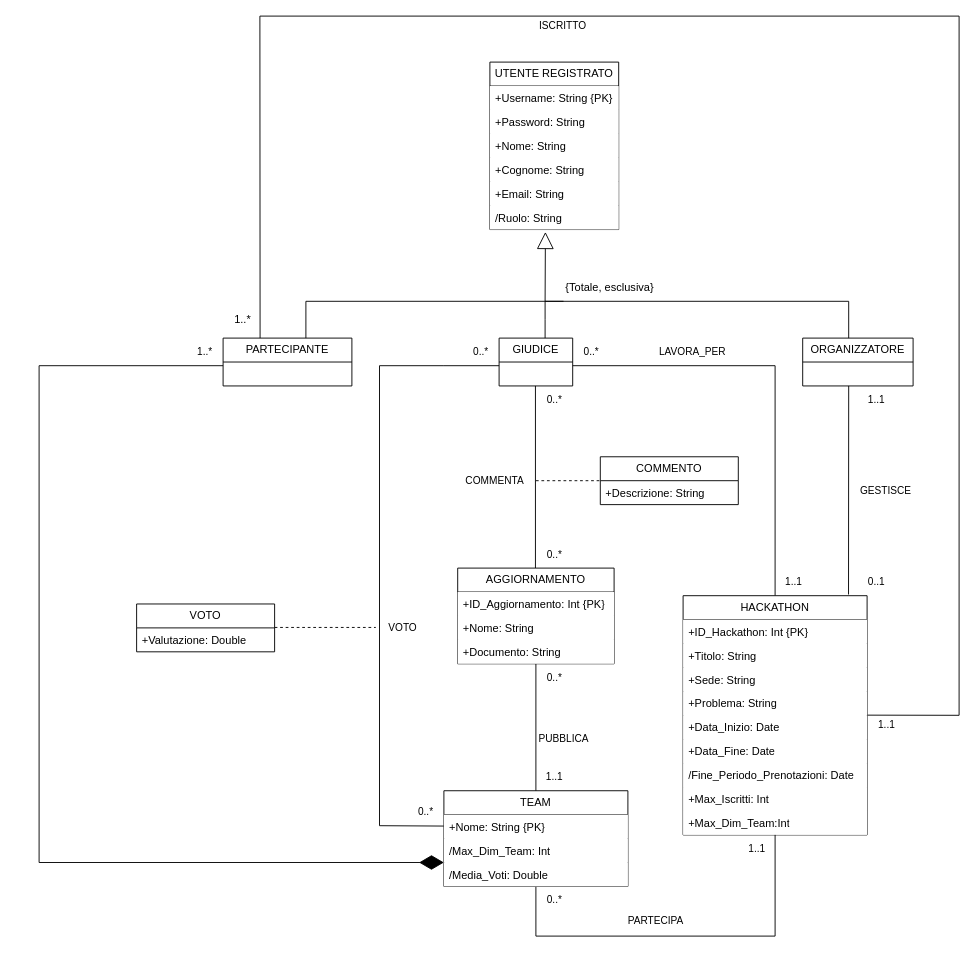
The draw.io diagram Diagramma UML Hackathon.drawio in galetizia/Progetto-DB, before the edit. Source tidied: cells renumbered, new cells numbered last; positions are measured from the earlier drawing's top-left corner, leaving out a move shared by most shapes. Both pictures are drawn from the tidied source at 92%, with x=0, y=0 at pixel (39, 16).
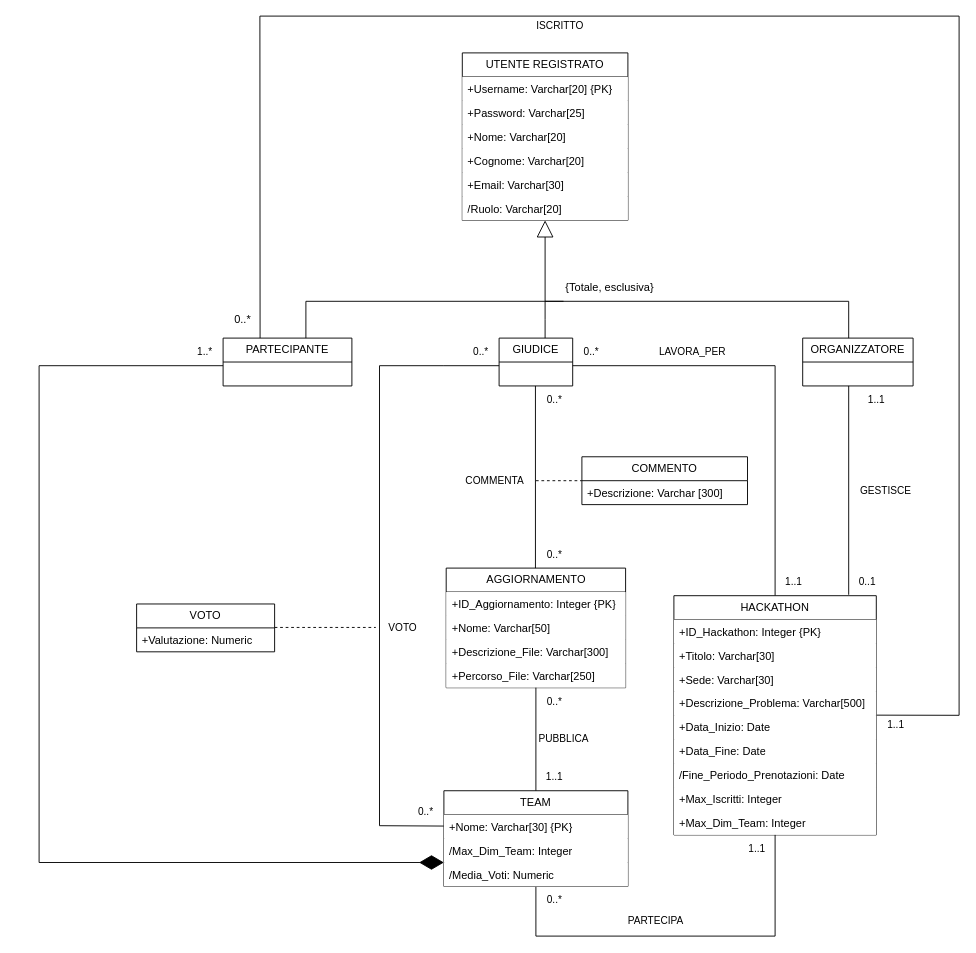
After the change.

Commit message (it also covers changes not shown here):
Aggiornato Diagramma NON Ristrutturato

Unchanged cells that the change refers to:
```xml
<mxCell id="20" value="TEAM" style="swimlane;fontStyle=0;horizontal=1;startSize=26;fillColor=default;whiteSpace=wrap;html=1;" parent="1" vertex="1">
  <mxGeometry x="440" y="842" width="200" height="104" as="geometry" />
</mxCell>
<mxCell id="30" value="VOTO" style="swimlane;fontStyle=0;horizontal=1;startSize=26;fillColor=none;whiteSpace=wrap;html=1;" parent="1" vertex="1">
  <mxGeometry x="106" y="639" width="150" height="52" as="geometry" />
</mxCell>
<mxCell id="62" style="endArrow=none;html=1;rounded=0;exitX=0.073;exitY=-0.032;exitDx=0;exitDy=0;exitPerimeter=0;entryX=1.002;entryY=-0.006;entryDx=0;entryDy=0;entryPerimeter=0;" parent="1" edge="1" target="14">
  <mxGeometry relative="1" as="geometry">
    <mxPoint x="240.2" y="350" as="sourcePoint" />
    <Array as="points">
      <mxPoint x="240" />
      <mxPoint x="1000" />
      <mxPoint x="1000" y="760" />
    </Array>
  </mxGeometry>
</mxCell>
```

Diff of the diagram source:
```diff
@@
-    <mxCell id="8" style="edgeStyle=none;shape=connector;rounded=0;jettySize=auto;html=1;exitX=0.899;exitY=-0.005;exitDx=0;exitDy=0;strokeColor=default;align=center;verticalAlign=middle;fontFamily=Helvetica;fontSize=11;fontColor=default;labelBackgroundColor=default;endArrow=none;exitPerimeter=0;" parent="1" edge="1" source="9">
+    <mxCell id="8" style="edgeStyle=none;shape=connector;rounded=0;orthogonalLoop=1;jettySize=auto;html=1;strokeColor=default;align=center;verticalAlign=middle;fontFamily=Helvetica;fontSize=11;fontColor=default;labelBackgroundColor=default;endArrow=none;" parent="1" edge="1">
       <mxGeometry relative="1" as="geometry">
+        <mxPoint x="880" y="629" as="sourcePoint" />
         <mxPoint x="880" y="402" as="targetPoint" />
       </mxGeometry>
     </mxCell>
     <mxCell id="9" value="HACKATHON" style="swimlane;fontStyle=0;horizontal=1;startSize=26;fillColor=default;whiteSpace=wrap;html=1;" parent="1" vertex="1">
-      <mxGeometry x="700" y="630" width="200" height="260" as="geometry" />
+      <mxGeometry x="690" y="630" width="220" height="260" as="geometry" />
     </mxCell>
-    <mxCell id="10" value="+ID_Hackathon: Int {PK}" style="text;strokeColor=none;fillColor=default;align=left;verticalAlign=top;spacingLeft=4;spacingRight=4;overflow=hidden;whiteSpace=wrap;html=1;" parent="9" vertex="1">
-      <mxGeometry y="26" width="200" height="26" as="geometry" />
+    <mxCell id="10" value="+ID_Hackathon: Integer {PK}" style="text;strokeColor=none;fillColor=default;align=left;verticalAlign=top;spacingLeft=4;spacingRight=4;overflow=hidden;whiteSpace=wrap;html=1;" parent="9" vertex="1">
+      <mxGeometry y="26" width="220" height="26" as="geometry" />
     </mxCell>
-    <mxCell id="11" value="+Titolo: String" style="text;strokeColor=none;fillColor=default;align=left;verticalAlign=top;spacingLeft=4;spacingRight=4;overflow=hidden;whiteSpace=wrap;html=1;" parent="9" vertex="1">
-      <mxGeometry y="52" width="200" height="26" as="geometry" />
+    <mxCell id="11" value="+Titolo: Varchar[30]" style="text;strokeColor=none;fillColor=default;align=left;verticalAlign=top;spacingLeft=4;spacingRight=4;overflow=hidden;whiteSpace=wrap;html=1;" parent="9" vertex="1">
+      <mxGeometry y="52" width="220" height="26" as="geometry" />
     </mxCell>
-    <mxCell id="12" value="+Sede: String" style="text;strokeColor=none;fillColor=default;align=left;verticalAlign=top;spacingLeft=4;spacingRight=4;overflow=hidden;whiteSpace=wrap;html=1;" parent="9" vertex="1">
-      <mxGeometry y="78" width="200" height="26" as="geometry" />
+    <mxCell id="12" value="+Sede: Varchar[30]" style="text;strokeColor=none;fillColor=default;align=left;verticalAlign=top;spacingLeft=4;spacingRight=4;overflow=hidden;whiteSpace=wrap;html=1;" parent="9" vertex="1">
+      <mxGeometry y="78" width="220" height="26" as="geometry" />
     </mxCell>
-    <mxCell id="13" value="+Problema: String" style="text;strokeColor=none;fillColor=default;align=left;verticalAlign=top;spacingLeft=4;spacingRight=4;overflow=hidden;whiteSpace=wrap;html=1;" parent="9" vertex="1">
-      <mxGeometry y="104" width="200" height="26" as="geometry" />
+    <mxCell id="13" value="+Descrizione_Problema: Varchar[500]" style="text;strokeColor=none;fillColor=default;align=left;verticalAlign=top;spacingLeft=4;spacingRight=4;overflow=hidden;whiteSpace=wrap;html=1;" parent="9" vertex="1">
+      <mxGeometry y="104" width="220" height="26" as="geometry" />
     </mxCell>
     <mxCell id="14" value="+Data_Inizio: Date" style="text;strokeColor=none;fillColor=default;align=left;verticalAlign=top;spacingLeft=4;spacingRight=4;overflow=hidden;points=[[0,0.5],[1,0.5]];portConstraint=eastwest;whiteSpace=wrap;html=1;" parent="9" vertex="1">
-      <mxGeometry y="130" width="200" height="26" as="geometry" />
+      <mxGeometry y="130" width="220" height="26" as="geometry" />
     </mxCell>
     <mxCell id="15" value="+Data_Fine: Date" style="text;strokeColor=none;fillColor=default;align=left;verticalAlign=top;spacingLeft=4;spacingRight=4;overflow=hidden;whiteSpace=wrap;html=1;" parent="9" vertex="1">
-      <mxGeometry y="156" width="200" height="26" as="geometry" />
+      <mxGeometry y="156" width="220" height="26" as="geometry" />
     </mxCell>
     <mxCell id="16" value="/Fine_Periodo_Prenotazioni: Date" style="text;strokeColor=none;fillColor=default;align=left;verticalAlign=top;spacingLeft=4;spacingRight=4;overflow=hidden;whiteSpace=wrap;html=1;" parent="9" vertex="1">
-      <mxGeometry y="182" width="200" height="26" as="geometry" />
+      <mxGeometry y="182" width="220" height="26" as="geometry" />
     </mxCell>
-    <mxCell id="17" value="+Max_Iscritti: Int" style="text;strokeColor=none;fillColor=default;align=left;verticalAlign=top;spacingLeft=4;spacingRight=4;overflow=hidden;whiteSpace=wrap;html=1;" parent="9" vertex="1">
-      <mxGeometry y="208" width="200" height="26" as="geometry" />
+    <mxCell id="17" value="+Max_Iscritti: Integer" style="text;strokeColor=none;fillColor=default;align=left;verticalAlign=top;spacingLeft=4;spacingRight=4;overflow=hidden;whiteSpace=wrap;html=1;" parent="9" vertex="1">
+      <mxGeometry y="208" width="220" height="26" as="geometry" />
     </mxCell>
-    <mxCell id="18" value="+Max_Dim_Team:Int" style="text;strokeColor=none;fillColor=default;align=left;verticalAlign=top;spacingLeft=4;spacingRight=4;overflow=hidden;whiteSpace=wrap;html=1;" parent="9" vertex="1">
-      <mxGeometry y="234" width="200" height="26" as="geometry" />
+    <mxCell id="18" value="+Max_Dim_Team: Integer" style="text;strokeColor=none;fillColor=default;align=left;verticalAlign=top;spacingLeft=4;spacingRight=4;overflow=hidden;whiteSpace=wrap;html=1;" parent="9" vertex="1">
+      <mxGeometry y="234" width="220" height="26" as="geometry" />
     </mxCell>
@@
-    <mxCell id="21" value="+Nome: String {PK}" style="text;strokeColor=none;fillColor=default;align=left;verticalAlign=top;spacingLeft=4;spacingRight=4;overflow=hidden;points=[[0,0.5],[1,0.5]];portConstraint=eastwest;whiteSpace=wrap;html=1;" parent="20" vertex="1">
+    <mxCell id="21" value="+Nome: Varchar[30] {PK}" style="text;strokeColor=none;fillColor=default;align=left;verticalAlign=top;spacingLeft=4;spacingRight=4;overflow=hidden;points=[[0,0.5],[1,0.5]];portConstraint=eastwest;whiteSpace=wrap;html=1;" parent="20" vertex="1">
       <mxGeometry y="26" width="200" height="26" as="geometry" />
     </mxCell>
-    <mxCell id="22" value="/Max_Dim_Team: Int" style="text;strokeColor=none;fillColor=default;align=left;verticalAlign=top;spacingLeft=4;spacingRight=4;overflow=hidden;whiteSpace=wrap;html=1;" parent="20" vertex="1">
+    <mxCell id="22" value="/Max_Dim_Team: Integer" style="text;strokeColor=none;fillColor=default;align=left;verticalAlign=top;spacingLeft=4;spacingRight=4;overflow=hidden;whiteSpace=wrap;html=1;" parent="20" vertex="1">
       <mxGeometry y="52" width="200" height="26" as="geometry" />
     </mxCell>
-    <mxCell id="23" value="/Media_Voti: Double&amp;nbsp;" style="text;strokeColor=none;fillColor=default;align=left;verticalAlign=top;spacingLeft=4;spacingRight=4;overflow=hidden;points=[[0,0.5],[1,0.5]];portConstraint=eastwest;whiteSpace=wrap;html=1;" parent="20" vertex="1">
+    <mxCell id="23" value="/Media_Voti: Numeric&amp;nbsp;" style="text;strokeColor=none;fillColor=default;align=left;verticalAlign=top;spacingLeft=4;spacingRight=4;overflow=hidden;points=[[0,0.5],[1,0.5]];portConstraint=eastwest;whiteSpace=wrap;html=1;" parent="20" vertex="1">
       <mxGeometry y="78" width="200" height="26" as="geometry" />
     </mxCell>
-    <mxCell id="24" style="edgeStyle=none;shape=connector;rounded=0;jettySize=auto;html=1;exitX=0.5;exitY=1;exitDx=0;exitDy=0;entryX=0.5;entryY=0;entryDx=0;entryDy=0;strokeColor=default;align=center;verticalAlign=middle;fontFamily=Helvetica;fontSize=11;fontColor=default;labelBackgroundColor=default;endArrow=none;" parent="1" edge="1" source="26" target="20">
-      <mxGeometry relative="1" as="geometry" />
-    </mxCell>
-    <mxCell id="25" style="edgeStyle=none;shape=connector;rounded=0;orthogonalLoop=1;jettySize=auto;html=1;exitX=0.5;exitY=0;exitDx=0;exitDy=0;entryX=0.5;entryY=1;entryDx=0;entryDy=0;strokeColor=default;align=center;verticalAlign=middle;fontFamily=Helvetica;fontSize=11;fontColor=default;labelBackgroundColor=default;endArrow=none;" parent="1" edge="1">
-      <mxGeometry relative="1" as="geometry">
-        <mxPoint x="539.5" y="600" as="sourcePoint" />
-        <mxPoint x="539.5" y="402" as="targetPoint" />
-      </mxGeometry>
-    </mxCell>
     <mxCell id="26" value="AGGIORNAMENTO" style="swimlane;fontStyle=0;horizontal=1;startSize=26;fillColor=default;whiteSpace=wrap;html=1;" parent="1" vertex="1">
-      <mxGeometry x="455" y="600" width="170" height="104" as="geometry" />
+      <mxGeometry x="442.5" y="600" width="195" height="130" as="geometry" />
     </mxCell>
-    <mxCell id="27" value="+ID_Aggiornamento: Int {PK}" style="text;strokeColor=none;fillColor=default;align=left;verticalAlign=top;spacingLeft=4;spacingRight=4;overflow=hidden;whiteSpace=wrap;html=1;" parent="26" vertex="1">
-      <mxGeometry y="26" width="170" height="26" as="geometry" />
+    <mxCell id="27" value="+ID_Aggiornamento: Integer {PK}" style="text;strokeColor=none;fillColor=default;align=left;verticalAlign=top;spacingLeft=4;spacingRight=4;overflow=hidden;whiteSpace=wrap;html=1;" parent="26" vertex="1">
+      <mxGeometry y="26" width="195" height="26" as="geometry" />
     </mxCell>
-    <mxCell id="28" value="+Nome: String" style="text;strokeColor=none;fillColor=default;align=left;verticalAlign=top;spacingLeft=4;spacingRight=4;overflow=hidden;whiteSpace=wrap;html=1;" parent="26" vertex="1">
-      <mxGeometry y="52" width="170" height="26" as="geometry" />
+    <mxCell id="28" value="+Nome: Varchar[50]" style="text;strokeColor=none;fillColor=default;align=left;verticalAlign=top;spacingLeft=4;spacingRight=4;overflow=hidden;whiteSpace=wrap;html=1;" parent="26" vertex="1">
+      <mxGeometry y="52" width="195" height="26" as="geometry" />
     </mxCell>
-    <mxCell id="29" value="+Documento: String" style="text;strokeColor=none;fillColor=default;align=left;verticalAlign=top;spacingLeft=4;spacingRight=4;overflow=hidden;whiteSpace=wrap;html=1;" parent="26" vertex="1">
-      <mxGeometry y="78" width="170" height="26" as="geometry" />
+    <mxCell id="29" value="+Descrizione_File: Varchar[300]" style="text;strokeColor=none;fillColor=default;align=left;verticalAlign=top;spacingLeft=4;spacingRight=4;overflow=hidden;whiteSpace=wrap;html=1;" parent="26" vertex="1">
+      <mxGeometry y="78" width="195" height="26" as="geometry" />
     </mxCell>
+    <mxCell id="70" value="+Percorso_File: Varchar[250]" style="text;strokeColor=none;fillColor=default;align=left;verticalAlign=top;spacingLeft=4;spacingRight=4;overflow=hidden;whiteSpace=wrap;html=1;" parent="26" vertex="1">
+      <mxGeometry y="104" width="195" height="26" as="geometry" />
+    </mxCell>
+    <mxCell id="24" style="edgeStyle=none;shape=connector;rounded=0;jettySize=auto;html=1;exitX=0.5;exitY=1;exitDx=0;exitDy=0;entryX=0.5;entryY=0;entryDx=0;entryDy=0;strokeColor=default;align=center;verticalAlign=middle;fontFamily=Helvetica;fontSize=11;fontColor=default;labelBackgroundColor=default;endArrow=none;" parent="1" edge="1" source="26" target="20">
+      <mxGeometry relative="1" as="geometry" />
+    </mxCell>
+    <mxCell id="25" style="edgeStyle=none;shape=connector;rounded=0;orthogonalLoop=1;jettySize=auto;html=1;exitX=0.5;exitY=0;exitDx=0;exitDy=0;entryX=0.5;entryY=1;entryDx=0;entryDy=0;strokeColor=default;align=center;verticalAlign=middle;fontFamily=Helvetica;fontSize=11;fontColor=default;labelBackgroundColor=default;endArrow=none;" parent="1" edge="1">
+      <mxGeometry relative="1" as="geometry">
+        <mxPoint x="539.5" y="600" as="sourcePoint" />
+        <mxPoint x="539.5" y="402" as="targetPoint" />
+      </mxGeometry>
+    </mxCell>
@@
-    <mxCell id="31" value="+Valutazione: Double" style="text;strokeColor=none;fillColor=none;align=left;verticalAlign=top;spacingLeft=4;spacingRight=4;overflow=hidden;whiteSpace=wrap;html=1;" parent="30" vertex="1">
+    <mxCell id="31" value="+Valutazione: Numeric" style="text;strokeColor=none;fillColor=none;align=left;verticalAlign=top;spacingLeft=4;spacingRight=4;overflow=hidden;whiteSpace=wrap;html=1;" parent="30" vertex="1">
       <mxGeometry y="26" width="150" height="26" as="geometry" />
     </mxCell>
@@
     <mxCell id="39" value="0..*" style="text;html=1;align=center;verticalAlign=middle;strokeColor=none;fillColor=none;fontFamily=Helvetica;fontSize=11;fontColor=default;labelBackgroundColor=default;" parent="1" vertex="1">
-      <mxGeometry x="540" y="704" width="40" height="30" as="geometry" />
+      <mxGeometry x="540" y="730" width="40" height="30" as="geometry" />
     </mxCell>
@@
     <mxCell id="48" value="0..1" style="text;html=1;align=center;verticalAlign=middle;strokeColor=none;fillColor=none;fontFamily=Helvetica;fontSize=11;fontColor=default;labelBackgroundColor=default;" parent="1" vertex="1">
-      <mxGeometry x="890" y="600" width="40" height="30" as="geometry" />
+      <mxGeometry x="880" y="600" width="40" height="30" as="geometry" />
     </mxCell>
@@
     <mxCell id="51" value="UTENTE REGISTRATO" style="swimlane;fontStyle=0;horizontal=1;startSize=26;fillColor=default;whiteSpace=wrap;html=1;" parent="1" vertex="1">
-      <mxGeometry x="490" y="50" width="140" height="182" as="geometry" />
+      <mxGeometry x="460" y="40" width="180" height="182" as="geometry" />
     </mxCell>
-    <mxCell id="52" value="+Username: String {PK}" style="text;strokeColor=none;fillColor=default;align=left;verticalAlign=top;spacingLeft=4;spacingRight=4;overflow=hidden;whiteSpace=wrap;html=1;" parent="51" vertex="1">
-      <mxGeometry y="26" width="140" height="26" as="geometry" />
+    <mxCell id="52" value="+Username: Varchar[20] {PK}" style="text;strokeColor=none;fillColor=default;align=left;verticalAlign=top;spacingLeft=4;spacingRight=4;overflow=hidden;whiteSpace=wrap;html=1;" parent="51" vertex="1">
+      <mxGeometry y="26" width="180" height="26" as="geometry" />
     </mxCell>
-    <mxCell id="53" value="+Password: String" style="text;strokeColor=none;fillColor=default;align=left;verticalAlign=top;spacingLeft=4;spacingRight=4;overflow=hidden;whiteSpace=wrap;html=1;" parent="51" vertex="1">
-      <mxGeometry y="52" width="140" height="26" as="geometry" />
+    <mxCell id="53" value="+Password: Varchar[25]" style="text;strokeColor=none;fillColor=default;align=left;verticalAlign=top;spacingLeft=4;spacingRight=4;overflow=hidden;whiteSpace=wrap;html=1;" parent="51" vertex="1">
+      <mxGeometry y="52" width="180" height="26" as="geometry" />
     </mxCell>
-    <mxCell id="54" value="+Nome: String" style="text;strokeColor=none;fillColor=default;align=left;verticalAlign=top;spacingLeft=4;spacingRight=4;overflow=hidden;whiteSpace=wrap;html=1;" parent="51" vertex="1">
-      <mxGeometry y="78" width="140" height="26" as="geometry" />
+    <mxCell id="54" value="+Nome: Varchar[20]" style="text;strokeColor=none;fillColor=default;align=left;verticalAlign=top;spacingLeft=4;spacingRight=4;overflow=hidden;whiteSpace=wrap;html=1;" parent="51" vertex="1">
+      <mxGeometry y="78" width="180" height="26" as="geometry" />
     </mxCell>
-    <mxCell id="55" value="+Cognome: String" style="text;strokeColor=none;fillColor=default;align=left;verticalAlign=top;spacingLeft=4;spacingRight=4;overflow=hidden;whiteSpace=wrap;html=1;" parent="51" vertex="1">
-      <mxGeometry y="104" width="140" height="26" as="geometry" />
+    <mxCell id="55" value="+Cognome: Varchar[20]" style="text;strokeColor=none;fillColor=default;align=left;verticalAlign=top;spacingLeft=4;spacingRight=4;overflow=hidden;whiteSpace=wrap;html=1;" parent="51" vertex="1">
+      <mxGeometry y="104" width="180" height="26" as="geometry" />
     </mxCell>
-    <mxCell id="56" value="+Email: String" style="text;strokeColor=none;fillColor=default;align=left;verticalAlign=top;spacingLeft=4;spacingRight=4;overflow=hidden;whiteSpace=wrap;html=1;" parent="51" vertex="1">
-      <mxGeometry y="130" width="140" height="26" as="geometry" />
+    <mxCell id="56" value="+Email: Varchar[30&lt;span style=&quot;background-color: transparent; color: light-dark(rgb(0, 0, 0), rgb(255, 255, 255));&quot;&gt;]&lt;/span&gt;" style="text;strokeColor=none;fillColor=default;align=left;verticalAlign=top;spacingLeft=4;spacingRight=4;overflow=hidden;whiteSpace=wrap;html=1;" parent="51" vertex="1">
+      <mxGeometry y="130" width="180" height="26" as="geometry" />
     </mxCell>
-    <mxCell id="57" value="/Ruolo: String" style="text;strokeColor=none;fillColor=default;align=left;verticalAlign=top;spacingLeft=4;spacingRight=4;overflow=hidden;points=[[0,0.5],[1,0.5]];portConstraint=eastwest;whiteSpace=wrap;html=1;" parent="51" vertex="1">
-      <mxGeometry y="156" width="140" height="26" as="geometry" />
+    <mxCell id="57" value="/Ruolo: Varchar[20]" style="text;strokeColor=none;fillColor=default;align=left;verticalAlign=top;spacingLeft=4;spacingRight=4;overflow=hidden;points=[[0,0.5],[1,0.5]];portConstraint=eastwest;whiteSpace=wrap;html=1;" parent="51" vertex="1">
+      <mxGeometry y="156" width="180" height="26" as="geometry" />
     </mxCell>
@@
-    <mxCell id="59" style="endArrow=block;endSize=16;endFill=0;html=1;rounded=0;entryX=0.431;entryY=1.101;entryDx=0;entryDy=0;entryPerimeter=0;" parent="1" edge="1" target="57">
+    <mxCell id="59" style="endArrow=block;endSize=16;endFill=0;html=1;rounded=0;entryX=0.5;entryY=1;entryDx=0;entryDy=0;" parent="1" edge="1" target="51">
       <mxGeometry x="-0.08" y="-50" relative="1" as="geometry">
         <mxPoint x="550" y="310" as="sourcePoint" />
       </mxGeometry>
     </mxCell>
@@
-    <mxCell id="63" value="&lt;font style=&quot;font-size: 12px;&quot;&gt;1..*&lt;/font&gt;" style="edgeLabel;html=1;align=center;verticalAlign=middle;" parent="62" vertex="1">
+    <mxCell id="63" value="&lt;font style=&quot;font-size: 12px;&quot;&gt;0..*&lt;/font&gt;" style="edgeLabel;html=1;align=center;verticalAlign=middle;" parent="62" vertex="1">
       <mxGeometry x="-0.98" y="-2" relative="1" as="geometry">
         <mxPoint x="-22" as="offset" />
       </mxGeometry>
     </mxCell>
@@
     <mxCell id="67" value="COMMENTO" style="swimlane;fontStyle=0;horizontal=1;startSize=26;fillColor=none;whiteSpace=wrap;html=1;" parent="1" vertex="1">
-      <mxGeometry x="610" y="479" width="150" height="52" as="geometry" />
+      <mxGeometry x="590" y="479" width="180" height="52" as="geometry" />
     </mxCell>
-    <mxCell id="68" value="+Descrizione: String" style="text;strokeColor=none;fillColor=none;align=left;verticalAlign=top;spacingLeft=4;spacingRight=4;overflow=hidden;whiteSpace=wrap;html=1;" parent="67" vertex="1">
-      <mxGeometry y="26" width="150" height="26" as="geometry" />
+    <mxCell id="68" value="+Descrizione: Varchar [300]" style="text;strokeColor=none;fillColor=none;align=left;verticalAlign=top;spacingLeft=4;spacingRight=4;overflow=hidden;whiteSpace=wrap;html=1;" parent="67" vertex="1">
+      <mxGeometry y="26" width="180" height="26" as="geometry" />
     </mxCell>
```
